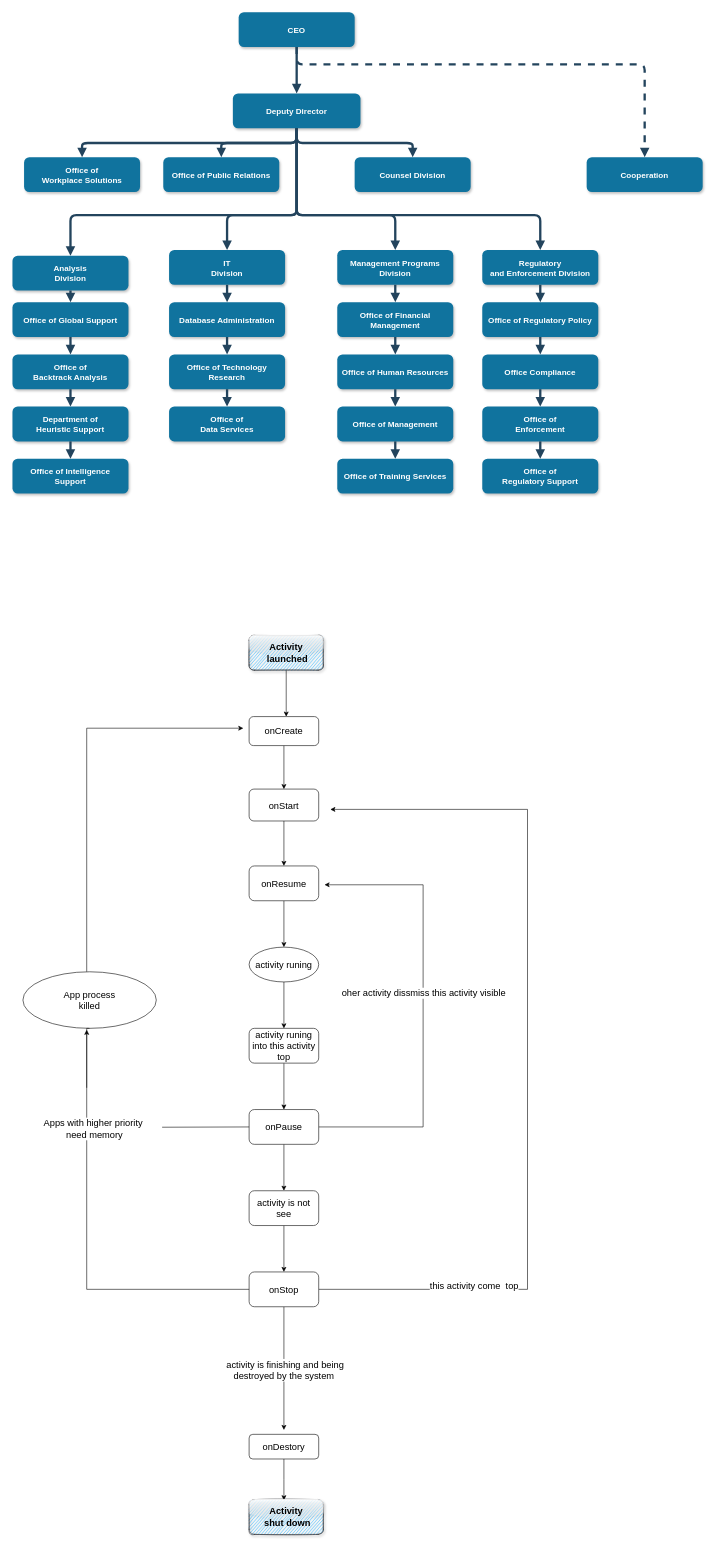
Earlier version of the draw.io diagram app/src/main/java/com/example/android_draw/draw_man/Untitled Diagram.drawio (luhenchang/Android_Draw). Source tidied: cells renumbered, new cells numbered last; positions are measured from the earlier drawing's top-left corner, leaving out a move shared by most shapes. Both pictures are drawn from the tidied source at 58%, with x=0, y=0 at pixel (12, 12).
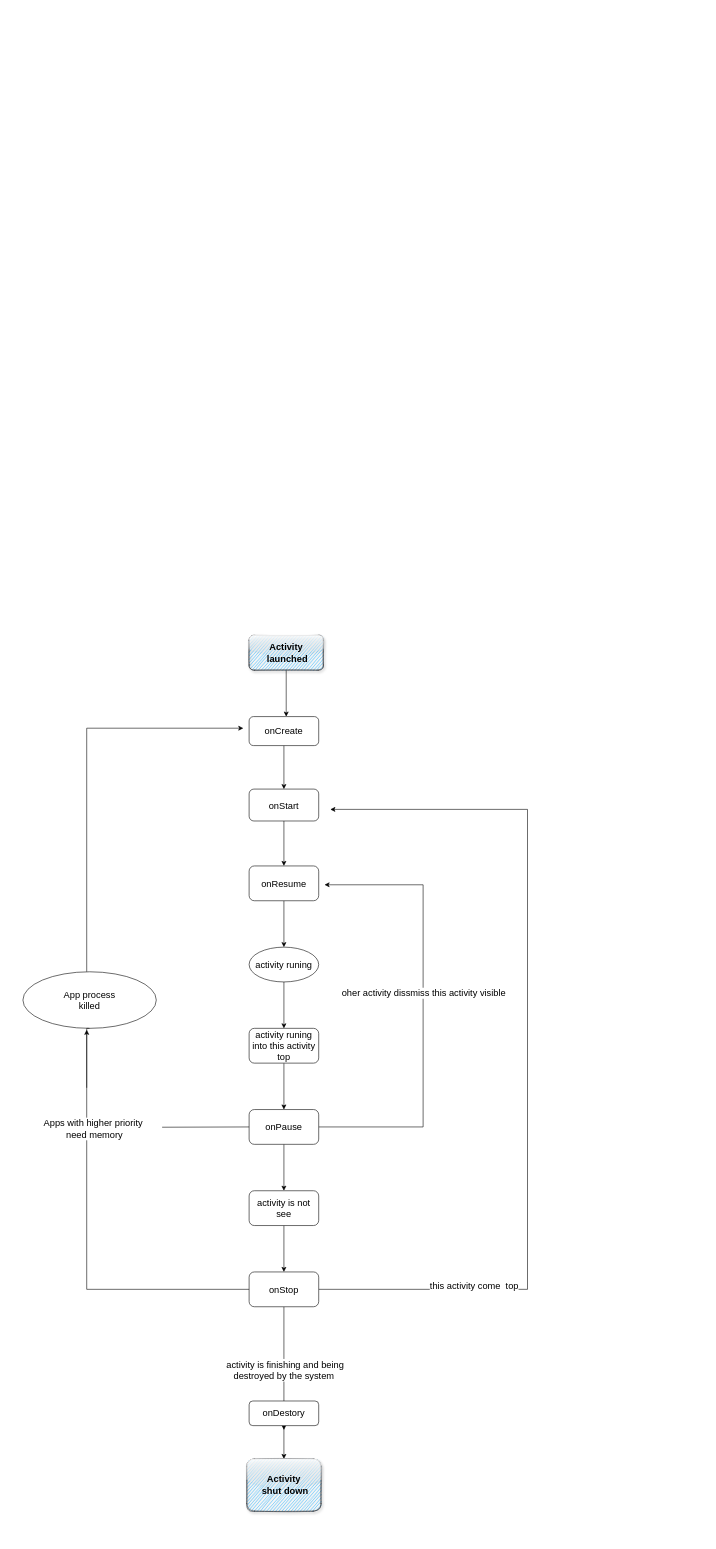
Above is the later version.

Commit message:
这是提交信息么？

Change to the diagram source:
```diff
@@
-    <mxCell id="2" value="CEO" style="rounded=1;fillColor=#10739E;strokeColor=none;shadow=1;gradientColor=none;fontStyle=1;fontColor=#FFFFFF;fontSize=14;" parent="1" vertex="1">
-      <mxGeometry x="390" y="-0.5" width="200" height="60" as="geometry" />
-    </mxCell>
-    <mxCell id="3" value="Deputy Director" style="rounded=1;fillColor=#10739E;strokeColor=none;shadow=1;gradientColor=none;fontStyle=1;fontColor=#FFFFFF;fontSize=14;" parent="1" vertex="1">
-      <mxGeometry x="380" y="139.5" width="220" height="60" as="geometry" />
-    </mxCell>
-    <mxCell id="4" value="Office of &#10;Workplace Solutions" style="rounded=1;fillColor=#10739E;strokeColor=none;shadow=1;gradientColor=none;fontStyle=1;fontColor=#FFFFFF;fontSize=14;" parent="1" vertex="1">
-      <mxGeometry x="20" y="249.5" width="200" height="60" as="geometry" />
-    </mxCell>
-    <mxCell id="5" value="Office of Public Relations" style="rounded=1;fillColor=#10739E;strokeColor=none;shadow=1;gradientColor=none;fontStyle=1;fontColor=#FFFFFF;fontSize=14;" parent="1" vertex="1">
-      <mxGeometry x="260" y="249.5" width="200" height="60" as="geometry" />
-    </mxCell>
-    <mxCell id="6" value="Counsel Division" style="rounded=1;fillColor=#10739E;strokeColor=none;shadow=1;gradientColor=none;fontStyle=1;fontColor=#FFFFFF;fontSize=14;" parent="1" vertex="1">
-      <mxGeometry x="590" y="249.5" width="200" height="60" as="geometry" />
-    </mxCell>
-    <mxCell id="7" value="Cooperation" style="rounded=1;fillColor=#10739E;strokeColor=none;shadow=1;gradientColor=none;fontStyle=1;fontColor=#FFFFFF;fontSize=14;" parent="1" vertex="1">
-      <mxGeometry x="990" y="249.5" width="200" height="60" as="geometry" />
-    </mxCell>
-    <mxCell id="8" value="Analysis &#10;Division" style="rounded=1;fillColor=#10739E;strokeColor=none;shadow=1;gradientColor=none;fontStyle=1;fontColor=#FFFFFF;fontSize=14;" parent="1" vertex="1">
-      <mxGeometry y="419.5" width="200" height="60" as="geometry" />
-    </mxCell>
-    <mxCell id="9" value="Office of Global Support" style="rounded=1;fillColor=#10739E;strokeColor=none;shadow=1;gradientColor=none;fontStyle=1;fontColor=#FFFFFF;fontSize=14;" parent="1" vertex="1">
-      <mxGeometry y="499.5" width="200" height="60" as="geometry" />
-    </mxCell>
-    <mxCell id="10" value="Office of &#10;Backtrack Analysis" style="rounded=1;fillColor=#10739E;strokeColor=none;shadow=1;gradientColor=none;fontStyle=1;fontColor=#FFFFFF;fontSize=14;" parent="1" vertex="1">
-      <mxGeometry y="589.5" width="200" height="60" as="geometry" />
-    </mxCell>
-    <mxCell id="11" value="Department of &#10;Heuristic Support" style="rounded=1;fillColor=#10739E;strokeColor=none;shadow=1;gradientColor=none;fontStyle=1;fontColor=#FFFFFF;fontSize=14;" parent="1" vertex="1">
-      <mxGeometry y="679.5" width="200" height="60" as="geometry" />
-    </mxCell>
-    <mxCell id="12" value="Office of Intelligence &#10;Support" style="rounded=1;fillColor=#10739E;strokeColor=none;shadow=1;gradientColor=none;fontStyle=1;fontColor=#FFFFFF;fontSize=14;" parent="1" vertex="1">
-      <mxGeometry y="769.5" width="200" height="60" as="geometry" />
-    </mxCell>
-    <mxCell id="13" value="IT&#10;Division" style="rounded=1;fillColor=#10739E;strokeColor=none;shadow=1;gradientColor=none;fontStyle=1;fontColor=#FFFFFF;fontSize=14;" parent="1" vertex="1">
-      <mxGeometry x="270" y="409.5" width="200" height="60" as="geometry" />
-    </mxCell>
-    <mxCell id="14" value="Database Administration" style="rounded=1;fillColor=#10739E;strokeColor=none;shadow=1;gradientColor=none;fontStyle=1;fontColor=#FFFFFF;fontSize=14;" parent="1" vertex="1">
-      <mxGeometry x="270" y="499.5" width="200" height="60" as="geometry" />
-    </mxCell>
-    <mxCell id="15" value="Office of Technology &#10;Research" style="rounded=1;fillColor=#10739E;strokeColor=none;shadow=1;gradientColor=none;fontStyle=1;fontColor=#FFFFFF;fontSize=14;" parent="1" vertex="1">
-      <mxGeometry x="270" y="589.5" width="200" height="60" as="geometry" />
-    </mxCell>
-    <mxCell id="16" value="Office of&#10;Data Services" style="rounded=1;fillColor=#10739E;strokeColor=none;shadow=1;gradientColor=none;fontStyle=1;fontColor=#FFFFFF;fontSize=14;" parent="1" vertex="1">
-      <mxGeometry x="270" y="679.5" width="200" height="60" as="geometry" />
-    </mxCell>
-    <mxCell id="17" value="Management Programs &#10;Division" style="rounded=1;fillColor=#10739E;strokeColor=none;shadow=1;gradientColor=none;fontStyle=1;fontColor=#FFFFFF;fontSize=14;" parent="1" vertex="1">
-      <mxGeometry x="560" y="409.5" width="200" height="60" as="geometry" />
-    </mxCell>
-    <mxCell id="18" value="Office of Financial &#10;Management" style="rounded=1;fillColor=#10739E;strokeColor=none;shadow=1;gradientColor=none;fontStyle=1;fontColor=#FFFFFF;fontSize=14;" parent="1" vertex="1">
-      <mxGeometry x="560" y="499.5" width="200" height="60" as="geometry" />
-    </mxCell>
-    <mxCell id="19" value="Office of Human Resources" style="rounded=1;fillColor=#10739E;strokeColor=none;shadow=1;gradientColor=none;fontStyle=1;fontColor=#FFFFFF;fontSize=14;" parent="1" vertex="1">
-      <mxGeometry x="560" y="589.5" width="200" height="60" as="geometry" />
-    </mxCell>
-    <mxCell id="20" value="Office of Management " style="rounded=1;fillColor=#10739E;strokeColor=none;shadow=1;gradientColor=none;fontStyle=1;fontColor=#FFFFFF;fontSize=14;" parent="1" vertex="1">
-      <mxGeometry x="560" y="679.5" width="200" height="60" as="geometry" />
-    </mxCell>
-    <mxCell id="21" value="Office of Training Services" style="rounded=1;fillColor=#10739E;strokeColor=none;shadow=1;gradientColor=none;fontStyle=1;fontColor=#FFFFFF;fontSize=14;" parent="1" vertex="1">
-      <mxGeometry x="560" y="769.5" width="200" height="60" as="geometry" />
-    </mxCell>
-    <mxCell id="22" value="Regulatory &#10;and Enforcement Division" style="rounded=1;fillColor=#10739E;strokeColor=none;shadow=1;gradientColor=none;fontStyle=1;fontColor=#FFFFFF;fontSize=14;" parent="1" vertex="1">
-      <mxGeometry x="810" y="409.5" width="200" height="60" as="geometry" />
-    </mxCell>
-    <mxCell id="23" value="Office of Regulatory Policy" style="rounded=1;fillColor=#10739E;strokeColor=none;shadow=1;gradientColor=none;fontStyle=1;fontColor=#FFFFFF;fontSize=14;" parent="1" vertex="1">
-      <mxGeometry x="810" y="499.5" width="200" height="60" as="geometry" />
-    </mxCell>
-    <mxCell id="24" value="Office Compliance" style="rounded=1;fillColor=#10739E;strokeColor=none;shadow=1;gradientColor=none;fontStyle=1;fontColor=#FFFFFF;fontSize=14;" parent="1" vertex="1">
-      <mxGeometry x="810" y="589.5" width="200" height="60" as="geometry" />
-    </mxCell>
-    <mxCell id="25" value="Office of &#10;Enforcement" style="rounded=1;fillColor=#10739E;strokeColor=none;shadow=1;gradientColor=none;fontStyle=1;fontColor=#FFFFFF;fontSize=14;" parent="1" vertex="1">
-      <mxGeometry x="810" y="679.5" width="200" height="60" as="geometry" />
-    </mxCell>
-    <mxCell id="26" value="Office of&#10; Regulatory Support" style="rounded=1;fillColor=#10739E;strokeColor=none;shadow=1;gradientColor=none;fontStyle=1;fontColor=#FFFFFF;fontSize=14;" parent="1" vertex="1">
-      <mxGeometry x="810" y="769.5" width="200" height="60" as="geometry" />
-    </mxCell>
-    <mxCell id="27" style="edgeStyle=elbowEdgeStyle;elbow=vertical;strokeWidth=4;endArrow=block;endFill=1;fontStyle=1;strokeColor=#23445D;" parent="1" edge="1" source="2" target="3">
-      <mxGeometry x="22" y="165.5" as="geometry" />
-    </mxCell>
-    <mxCell id="28" style="edgeStyle=elbowEdgeStyle;elbow=vertical;strokeWidth=4;endArrow=block;endFill=1;fontStyle=1;strokeColor=#23445D;" parent="1" edge="1" source="3" target="5">
-      <mxGeometry x="22" y="165.5" as="geometry" />
-    </mxCell>
-    <mxCell id="29" style="edgeStyle=elbowEdgeStyle;elbow=vertical;strokeWidth=4;endArrow=block;endFill=1;fontStyle=1;strokeColor=#23445D;" parent="1" edge="1" source="3" target="4">
-      <mxGeometry x="22" y="165.5" as="geometry" />
-    </mxCell>
-    <mxCell id="30" style="edgeStyle=elbowEdgeStyle;elbow=vertical;strokeWidth=4;endArrow=block;endFill=1;fontStyle=1;strokeColor=#23445D;" parent="1" edge="1" source="3" target="6">
-      <mxGeometry x="22" y="165.5" as="geometry" />
-    </mxCell>
-    <mxCell id="31" style="edgeStyle=elbowEdgeStyle;elbow=vertical;strokeWidth=4;endArrow=block;endFill=1;fontStyle=1;dashed=1;strokeColor=#23445D;" parent="1" edge="1" source="2" target="7">
-      <mxGeometry x="22" y="165.5" as="geometry">
-        <Array as="points">
-          <mxPoint x="780" y="89.5" />
-        </Array>
-      </mxGeometry>
-    </mxCell>
-    <mxCell id="32" style="edgeStyle=elbowEdgeStyle;elbow=vertical;strokeWidth=4;endArrow=block;endFill=1;fontStyle=1;strokeColor=#23445D;" parent="1" edge="1" source="3" target="8">
-      <mxGeometry x="22" y="165.5" as="geometry">
-        <Array as="points">
-          <mxPoint x="270" y="349.5" />
-        </Array>
-      </mxGeometry>
-    </mxCell>
-    <mxCell id="33" style="edgeStyle=elbowEdgeStyle;elbow=vertical;strokeWidth=4;endArrow=block;endFill=1;fontStyle=1;strokeColor=#23445D;" parent="1" edge="1" source="3" target="22">
-      <mxGeometry x="22" y="165.5" as="geometry">
-        <Array as="points">
-          <mxPoint x="690" y="349.5" />
-        </Array>
-      </mxGeometry>
-    </mxCell>
-    <mxCell id="34" style="edgeStyle=elbowEdgeStyle;elbow=vertical;strokeWidth=4;endArrow=block;endFill=1;fontStyle=1;strokeColor=#23445D;" parent="1" edge="1" source="8" target="9">
-      <mxGeometry x="62" y="165.5" as="geometry" />
-    </mxCell>
-    <mxCell id="35" style="edgeStyle=elbowEdgeStyle;elbow=vertical;strokeWidth=4;endArrow=block;endFill=1;fontStyle=1;strokeColor=#23445D;" parent="1" edge="1" source="9" target="10">
-      <mxGeometry x="62" y="175.5" as="geometry" />
-    </mxCell>
-    <mxCell id="36" style="edgeStyle=elbowEdgeStyle;elbow=vertical;strokeWidth=4;endArrow=block;endFill=1;fontStyle=1;strokeColor=#23445D;" parent="1" edge="1" source="10" target="11">
-      <mxGeometry x="62" y="185.5" as="geometry" />
-    </mxCell>
-    <mxCell id="37" style="edgeStyle=elbowEdgeStyle;elbow=vertical;strokeWidth=4;endArrow=block;endFill=1;fontStyle=1;strokeColor=#23445D;" parent="1" edge="1" source="11" target="12">
-      <mxGeometry x="62" y="195.5" as="geometry" />
-    </mxCell>
-    <mxCell id="38" style="edgeStyle=elbowEdgeStyle;elbow=vertical;strokeWidth=4;endArrow=block;endFill=1;fontStyle=1;strokeColor=#23445D;" parent="1" edge="1" source="13" target="14">
-      <mxGeometry x="62" y="165.5" as="geometry" />
-    </mxCell>
-    <mxCell id="39" style="edgeStyle=elbowEdgeStyle;elbow=vertical;strokeWidth=4;endArrow=block;endFill=1;fontStyle=1;strokeColor=#23445D;" parent="1" edge="1" source="14" target="15">
-      <mxGeometry x="62" y="175.5" as="geometry" />
-    </mxCell>
-    <mxCell id="40" style="edgeStyle=elbowEdgeStyle;elbow=vertical;strokeWidth=4;endArrow=block;endFill=1;fontStyle=1;strokeColor=#23445D;" parent="1" edge="1" source="15" target="16">
-      <mxGeometry x="62" y="185.5" as="geometry" />
-    </mxCell>
-    <mxCell id="41" style="edgeStyle=elbowEdgeStyle;elbow=vertical;strokeWidth=4;endArrow=block;endFill=1;fontStyle=1;strokeColor=#23445D;" parent="1" edge="1" source="17" target="18">
-      <mxGeometry x="72" y="165.5" as="geometry" />
-    </mxCell>
-    <mxCell id="42" style="edgeStyle=elbowEdgeStyle;elbow=vertical;strokeWidth=4;endArrow=block;endFill=1;fontStyle=1;strokeColor=#23445D;" parent="1" edge="1" source="18" target="19">
-      <mxGeometry x="72" y="175.5" as="geometry" />
-    </mxCell>
-    <mxCell id="43" style="edgeStyle=elbowEdgeStyle;elbow=vertical;strokeWidth=4;endArrow=block;endFill=1;fontStyle=1;strokeColor=#23445D;" parent="1" edge="1" source="19" target="20">
-      <mxGeometry x="72" y="185.5" as="geometry" />
-    </mxCell>
-    <mxCell id="44" style="edgeStyle=elbowEdgeStyle;elbow=vertical;strokeWidth=4;endArrow=block;endFill=1;fontStyle=1;strokeColor=#23445D;" parent="1" edge="1" source="20" target="21">
-      <mxGeometry x="72" y="195.5" as="geometry" />
-    </mxCell>
-    <mxCell id="45" style="edgeStyle=elbowEdgeStyle;elbow=vertical;strokeWidth=4;endArrow=block;endFill=1;fontStyle=1;strokeColor=#23445D;" parent="1" edge="1" source="22" target="23">
-      <mxGeometry x="72" y="165.5" as="geometry" />
-    </mxCell>
-    <mxCell id="46" style="edgeStyle=elbowEdgeStyle;elbow=vertical;strokeWidth=4;endArrow=block;endFill=1;fontStyle=1;strokeColor=#23445D;" parent="1" edge="1" source="23" target="24">
-      <mxGeometry x="72" y="175.5" as="geometry" />
-    </mxCell>
-    <mxCell id="47" style="edgeStyle=elbowEdgeStyle;elbow=vertical;strokeWidth=4;endArrow=block;endFill=1;fontStyle=1;strokeColor=#23445D;" parent="1" edge="1" source="24" target="25">
-      <mxGeometry x="72" y="185.5" as="geometry" />
-    </mxCell>
-    <mxCell id="48" style="edgeStyle=elbowEdgeStyle;elbow=vertical;strokeWidth=4;endArrow=block;endFill=1;fontStyle=1;strokeColor=#23445D;" parent="1" edge="1" source="25" target="26">
-      <mxGeometry x="72" y="195.5" as="geometry" />
-    </mxCell>
-    <mxCell id="49" style="edgeStyle=elbowEdgeStyle;elbow=vertical;strokeWidth=4;endArrow=block;endFill=1;fontStyle=1;strokeColor=#23445D;" parent="1" edge="1" source="3" target="13">
-      <mxGeometry x="22" y="165.5" as="geometry">
-        <Array as="points">
-          <mxPoint x="370" y="349.5" />
-        </Array>
-      </mxGeometry>
-    </mxCell>
-    <mxCell id="50" style="edgeStyle=elbowEdgeStyle;elbow=vertical;strokeWidth=4;endArrow=block;endFill=1;fontStyle=1;strokeColor=#23445D;" parent="1" edge="1" source="3" target="17">
-      <mxGeometry x="22" y="165.5" as="geometry">
-        <Array as="points">
-          <mxPoint x="660" y="349.5" />
-        </Array>
-      </mxGeometry>
-    </mxCell>
@@
-    <mxCell id="73" style="edgeStyle=orthogonalEdgeStyle;rounded=0;jettySize=auto;html=1;fontSize=16;" parent="1" edge="1" source="74">
-      <mxGeometry relative="1" as="geometry">
-        <mxPoint x="468" y="2565.2" as="targetPoint" />
-      </mxGeometry>
+    <mxCell id="73" style="edgeStyle=orthogonalEdgeStyle;rounded=0;jettySize=auto;html=1;fontSize=16;entryX=0.5;entryY=0;entryDx=0;entryDy=0;" parent="1" edge="1" source="74" target="82">
+      <mxGeometry relative="1" as="geometry" />
     </mxCell>
     <mxCell id="74" value="onDestory" style="whiteSpace=wrap;html=1;rounded=1;fontSize=16;" parent="1" vertex="1">
-      <mxGeometry x="408" y="2451.5" width="120" height="42.5" as="geometry" />
+      <mxGeometry x="408" y="2394" width="120" height="42.5" as="geometry" />
     </mxCell>
@@
     <mxCell id="82" value="Activity&lt;br&gt;&amp;nbsp;shut down" style="rounded=1;whiteSpace=wrap;html=1;fontSize=16;fillColor=#1FADFF;shadow=1;sketch=1;glass=1;strokeColor=#36393d;fontStyle=1;" parent="1" vertex="1">
-      <mxGeometry x="408" y="2564" width="128" height="60" as="geometry" />
+      <mxGeometry x="404" y="2494" width="128" height="90" as="geometry" />
     </mxCell>
```
